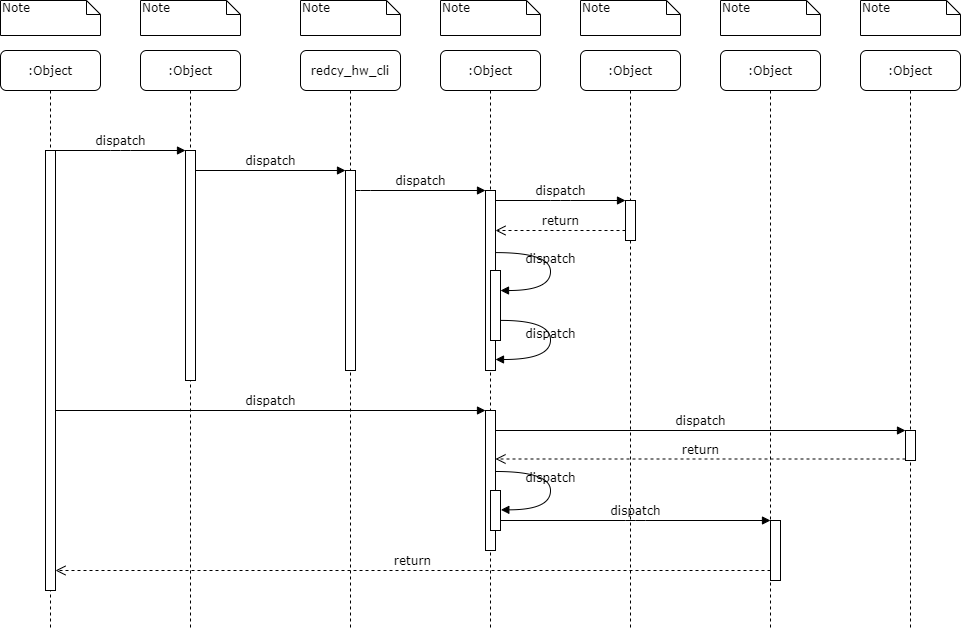
This is UML/StartRedundancy.png from Steve888888/FN-Redundancy, a draw.io export, as it was before one commit. Source tidied: cells renumbered, new cells last; positions are measured from the earlier drawing's top-left corner, leaving out a move shared by most shapes.
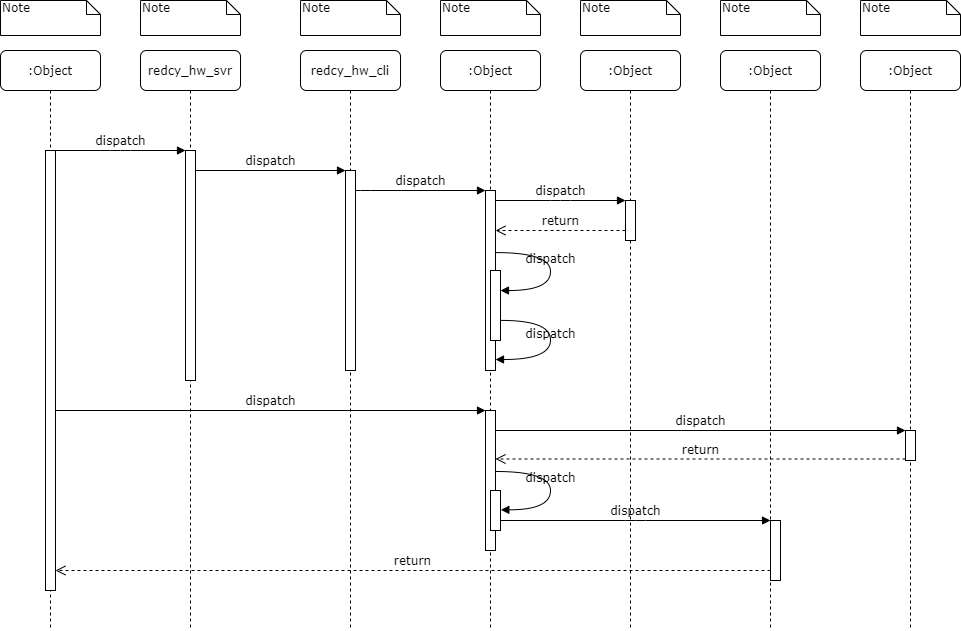
Above is the later version.

What changed in the source:
```diff
@@ -2,7 +2,7 @@
   <root>
     <mxCell id="0" />
     <mxCell id="1" parent="0" />
-    <mxCell id="2" value=":Object" style="shape=umlLifeline;perimeter=lifelinePerimeter;whiteSpace=wrap;html=1;rounded=1;shadow=0;comic=0;labelBackgroundColor=none;strokeWidth=1;fontFamily=Verdana;fontSize=12;align=center;" parent="1" vertex="1">
+    <mxCell id="2" value="redcy_hw_svr" style="shape=umlLifeline;perimeter=lifelinePerimeter;whiteSpace=wrap;html=1;rounded=1;shadow=0;comic=0;labelBackgroundColor=none;strokeWidth=1;fontFamily=Verdana;fontSize=12;align=center;" parent="1" vertex="1">
       <mxGeometry x="140" y="50" width="100" height="580" as="geometry" />
     </mxCell>
     <mxCell id="3" style="html=1;points=[];perimeter=orthogonalPerimeter;rounded=0;shadow=0;comic=0;labelBackgroundColor=none;strokeWidth=1;fontFamily=Verdana;fontSize=12;align=center;" parent="2" vertex="1">
```
